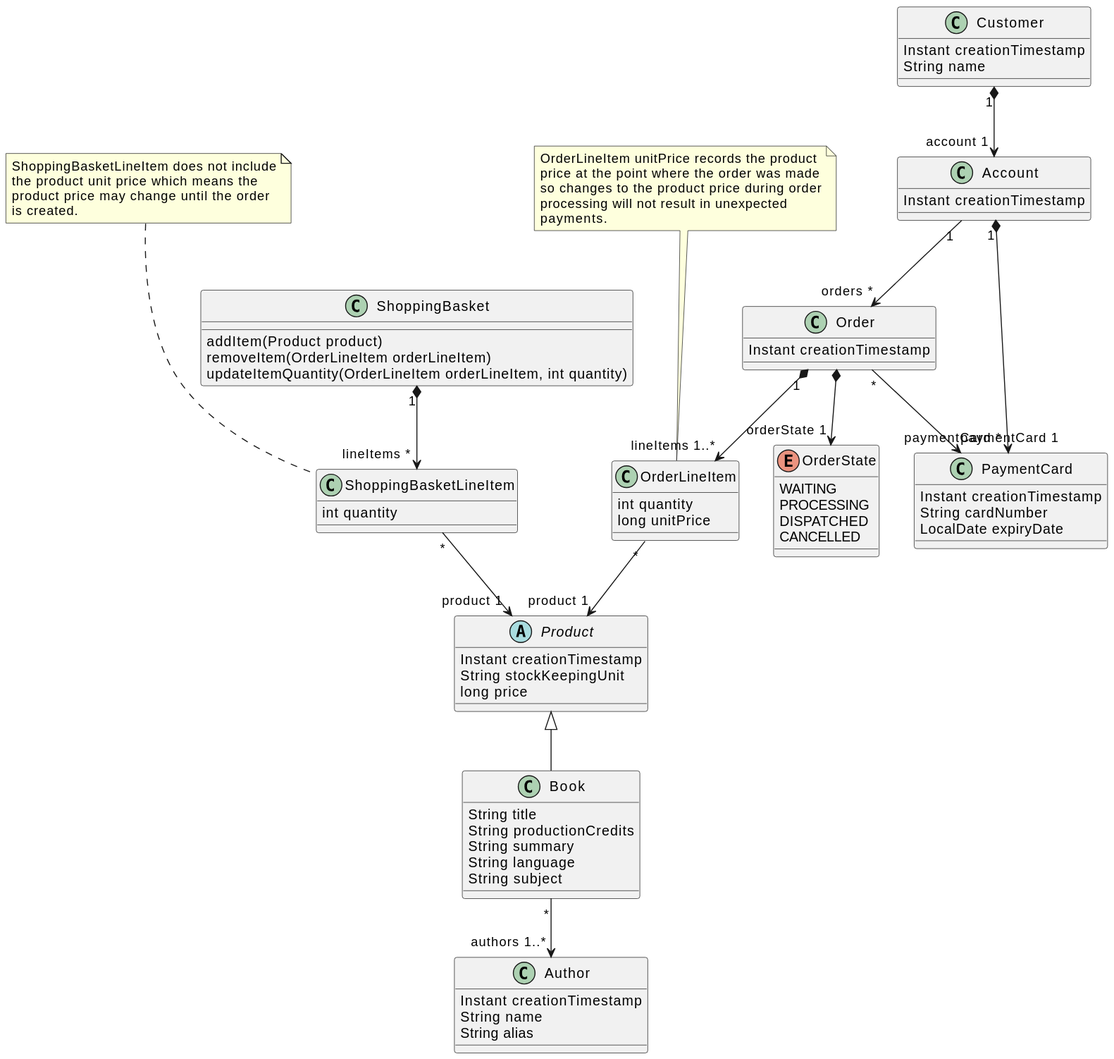
Above: docs/design/out/book_shop_domain_model/book_shop_domain_model.svg in dtmo/bookshop (PlantUML), before the change.
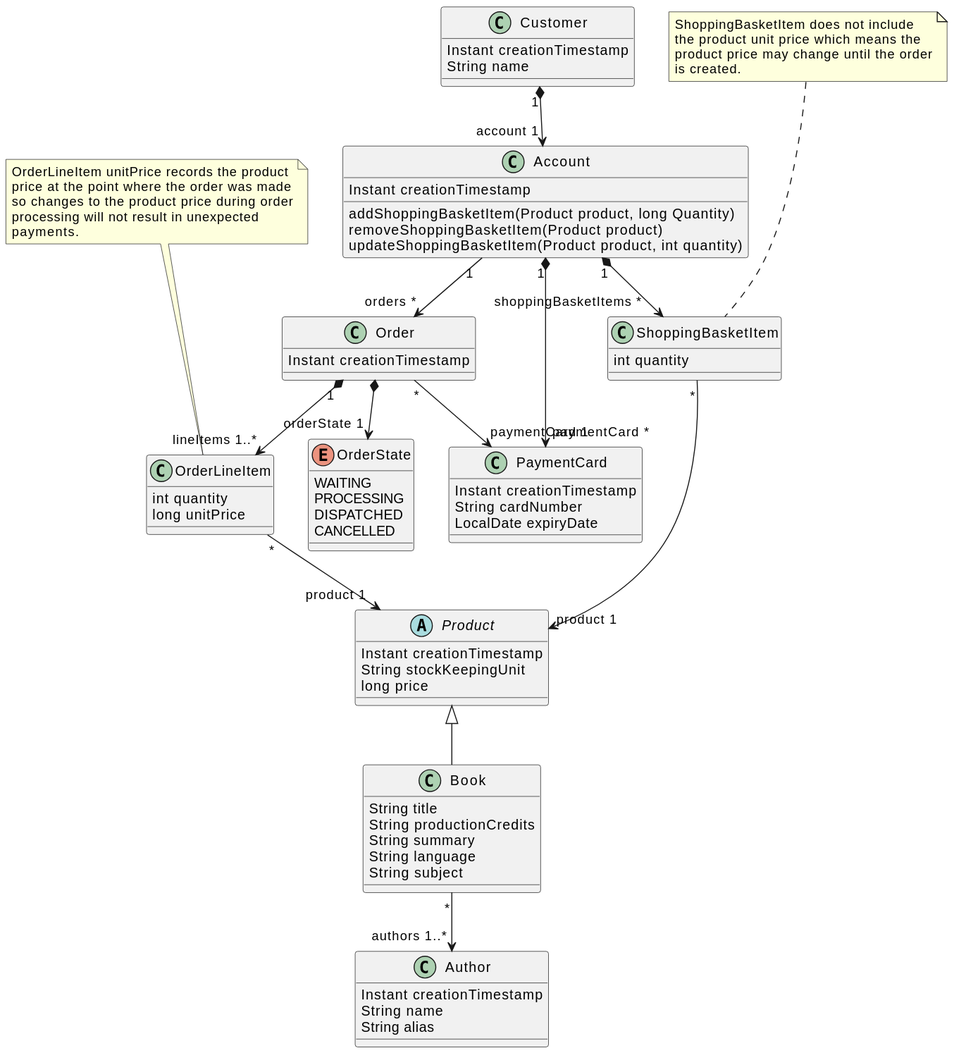
After the change.

What changed in the source:
```diff
@@ -21,28 +21,6 @@
 
 Product <|-- Book
 Book "*" --> "authors 1..*" Author
-
-class ShoppingBasketLineItem {
-    int quantity
-}
-
-ShoppingBasketLineItem "*" --> "product 1" Product
-
-note as N1
-    ShoppingBasketLineItem does not include
-    the product unit price which means the
-    product price may change until the order
-    is created.
-endnote
-N1 ... ShoppingBasketLineItem
-
-class ShoppingBasket {
-    addItem(Product product)
-    removeItem(OrderLineItem orderLineItem)
-    updateItemQuantity(OrderLineItem orderLineItem, int quantity)
-}
-
-ShoppingBasket "1" *--> "lineItems *" ShoppingBasketLineItem
 
 class PaymentCard {
     Instant creationTimestamp
@@ -81,12 +59,29 @@
 Order "1" *--> "lineItems 1..*" OrderLineItem
 Order "*" --> "paymentCard 1" PaymentCard
 
+class ShoppingBasketItem {
+    int quantity
+}
+
+ShoppingBasketItem "*" --> "product 1" Product
+
+note as N1
+    ShoppingBasketItem does not include
+    the product unit price which means the
+    product price may change until the order
+    is created.
+endnote
+N1 ... ShoppingBasketItem
 class Account {
     Instant creationTimestamp
+    addShoppingBasketItem(Product product, long Quantity)
+    removeShoppingBasketItem(Product product)
+    updateShoppingBasketItem(Product product, int quantity)
 }
 
 Account "1" --> "orders *" Order
 Account "1" *--> "paymentCard *" PaymentCard
+Account "1" *--> "shoppingBasketItems *" ShoppingBasketItem
 
 class Customer {
     Instant creationTimestamp
```
